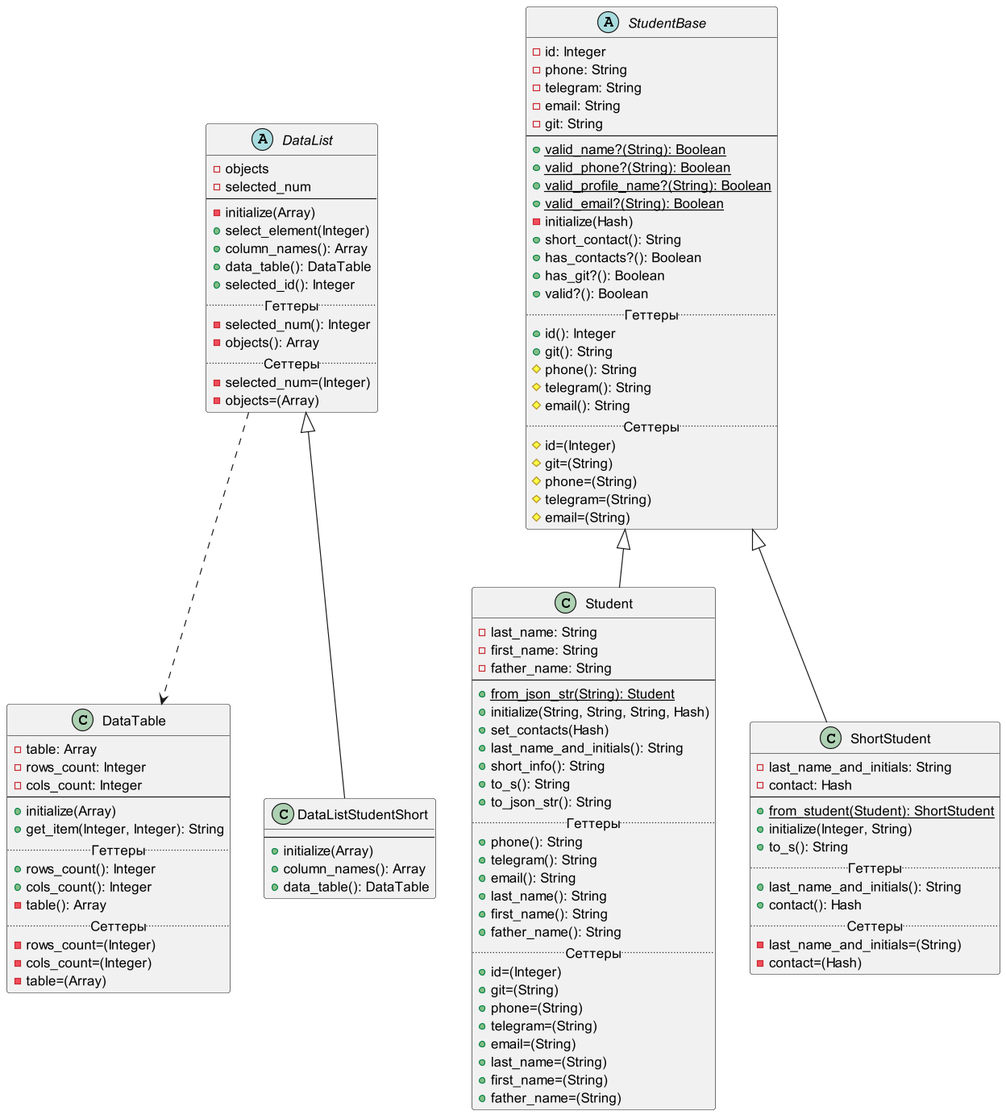
This is Diagrams/lab2.png from r1411/PatternsLabs, a PlantUML export, as it was before one commit.
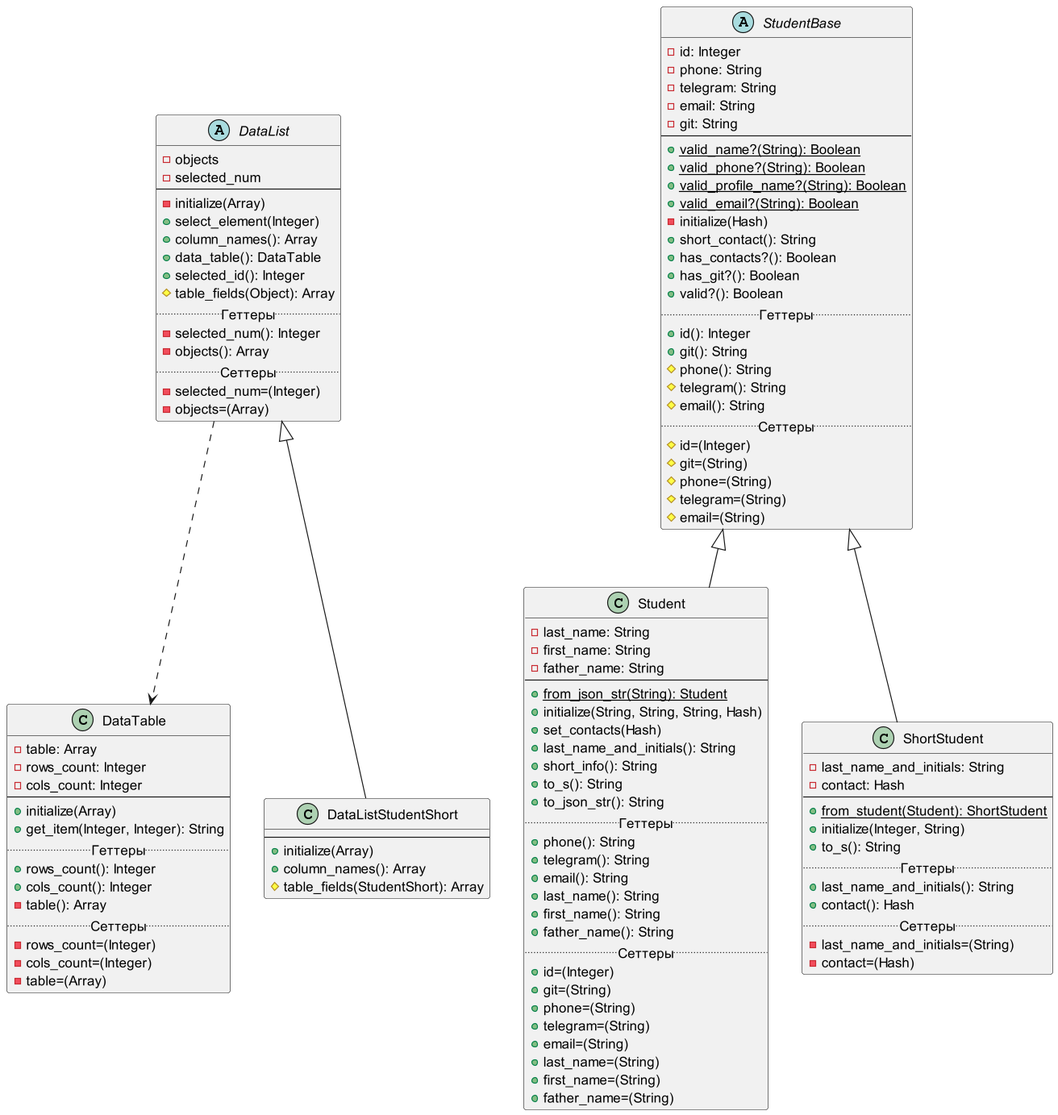
Above is the later version.

The edit, as a diff of the source:
```diff
@@ -103,6 +103,7 @@
     +column_names(): Array
     +data_table(): DataTable
     +selected_id(): Integer
+    #table_fields(Object): Array
     .. Геттеры ..
     -selected_num(): Integer
     -objects(): Array
@@ -115,7 +116,7 @@
     --
     +initialize(Array)
     +column_names(): Array
-    +data_table(): DataTable
+    #table_fields(StudentShort): Array
 }
 
 @enduml
```
